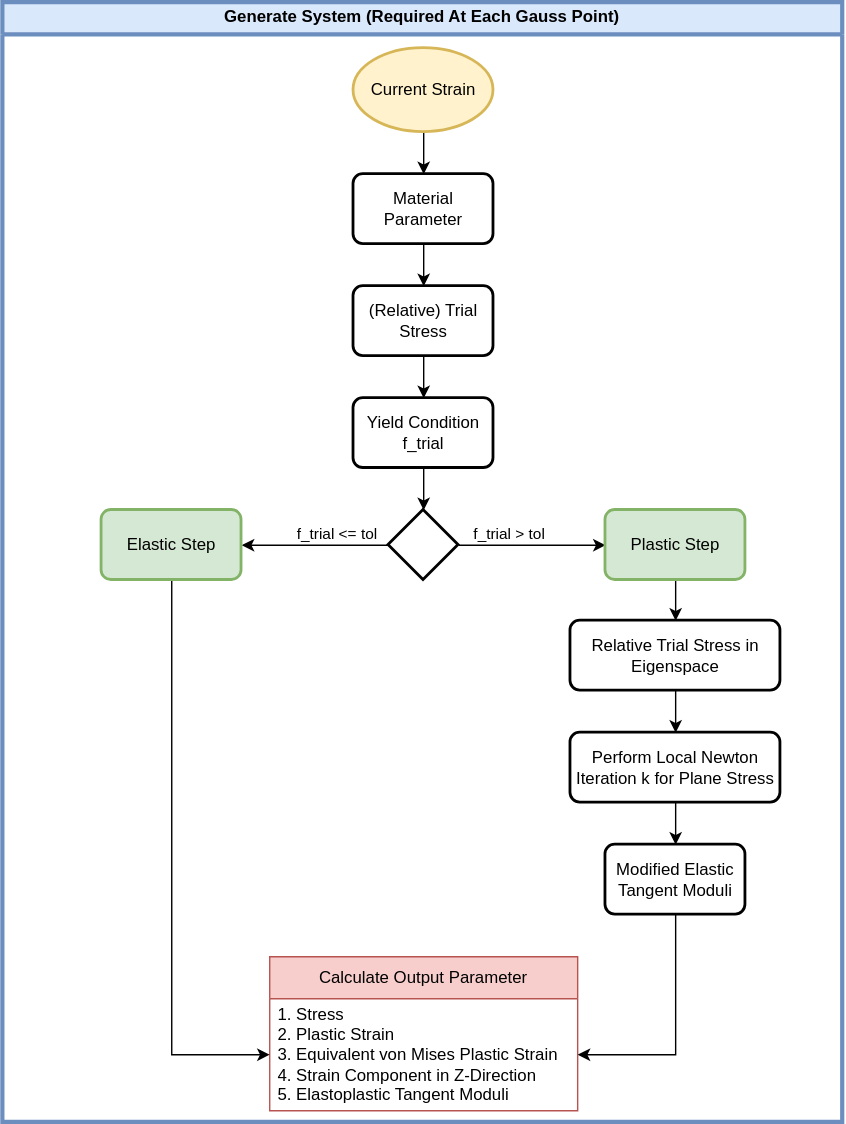
This is images/workflow_isotropicHardening.svg from ttz-emo/ElastoPlasticity-IsotropicHardening, a draw.io export, as it was before one commit. Source tidied: cells renumbered, new cells last; positions are measured from the earlier drawing's top-left corner, leaving out a move shared by most shapes. Source of this version:
```xml
<mxGraphModel>
  <root>
    <mxCell id="0" />
    <mxCell id="1" parent="0" />
    <mxCell id="2" value="Generate System (Required At Each Gauss Point)" style="swimlane;whiteSpace=wrap;html=1;fillColor=#dae8fc;strokeColor=#6c8ebf;strokeWidth=3;" parent="1" vertex="1">
      <mxGeometry width="600" height="800" as="geometry" />
    </mxCell>
    <mxCell id="3" style="edgeStyle=orthogonalEdgeStyle;rounded=0;jettySize=auto;html=1;exitX=0.5;exitY=1;exitDx=0;exitDy=0;exitPerimeter=0;entryX=0.5;entryY=0;entryDx=0;entryDy=0;" parent="2" edge="1" source="4" target="6">
      <mxGeometry relative="1" as="geometry" />
    </mxCell>
    <mxCell id="4" value="Current Strain" style="strokeWidth=2;html=1;shape=mxgraph.flowchart.start_1;whiteSpace=wrap;fillColor=#fff2cc;strokeColor=#d6b656;" parent="2" vertex="1">
      <mxGeometry x="251" y="33" width="100" height="60" as="geometry" />
    </mxCell>
    <mxCell id="5" style="edgeStyle=orthogonalEdgeStyle;rounded=0;jettySize=auto;html=1;exitX=0.5;exitY=1;exitDx=0;exitDy=0;entryX=0.5;entryY=0;entryDx=0;entryDy=0;" parent="2" edge="1" source="6" target="8">
      <mxGeometry relative="1" as="geometry" />
    </mxCell>
    <mxCell id="6" value="Material Parameter" style="rounded=1;whiteSpace=wrap;html=1;absoluteArcSize=1;arcSize=14;strokeWidth=2;" parent="2" vertex="1">
      <mxGeometry x="251" y="123" width="100" height="50" as="geometry" />
    </mxCell>
    <mxCell id="7" style="edgeStyle=orthogonalEdgeStyle;rounded=0;jettySize=auto;html=1;exitX=0.5;exitY=1;exitDx=0;exitDy=0;entryX=0.5;entryY=0;entryDx=0;entryDy=0;" parent="2" edge="1" source="8" target="9">
      <mxGeometry relative="1" as="geometry" />
    </mxCell>
    <mxCell id="8" value="(Relative) Trial Stress" style="rounded=1;whiteSpace=wrap;html=1;absoluteArcSize=1;arcSize=14;strokeWidth=2;" parent="2" vertex="1">
      <mxGeometry x="251" y="203" width="100" height="50" as="geometry" />
    </mxCell>
    <mxCell id="9" value="Yield Condition f_trial" style="rounded=1;whiteSpace=wrap;html=1;absoluteArcSize=1;arcSize=14;strokeWidth=2;" parent="2" vertex="1">
      <mxGeometry x="251" y="283" width="100" height="50" as="geometry" />
    </mxCell>
    <mxCell id="10" style="edgeStyle=orthogonalEdgeStyle;rounded=0;jettySize=auto;html=1;exitX=1;exitY=0.5;exitDx=0;exitDy=0;exitPerimeter=0;entryX=0;entryY=0.5;entryDx=0;entryDy=0;" parent="2" edge="1" source="14" target="20">
      <mxGeometry relative="1" as="geometry" />
    </mxCell>
    <mxCell id="11" value="f_trial &amp;gt; tol" style="edgeLabel;html=1;align=center;verticalAlign=middle;" parent="10" vertex="1">
      <mxGeometry x="-0.32" relative="1" as="geometry">
        <mxPoint y="-9" as="offset" />
      </mxGeometry>
    </mxCell>
    <mxCell id="12" style="edgeStyle=orthogonalEdgeStyle;rounded=0;jettySize=auto;html=1;exitX=0;exitY=0.5;exitDx=0;exitDy=0;exitPerimeter=0;entryX=1;entryY=0.5;entryDx=0;entryDy=0;" parent="2" edge="1" source="14" target="18">
      <mxGeometry relative="1" as="geometry" />
    </mxCell>
    <mxCell id="13" value="f_trial &amp;lt;= tol" style="edgeLabel;html=1;align=center;verticalAlign=middle;" parent="12" vertex="1">
      <mxGeometry x="-0.31" y="-3" relative="1" as="geometry">
        <mxPoint x="-2" y="-6" as="offset" />
      </mxGeometry>
    </mxCell>
    <mxCell id="14" style="strokeWidth=2;html=1;shape=mxgraph.flowchart.decision;whiteSpace=wrap;" parent="2" vertex="1">
      <mxGeometry x="276" y="363" width="50" height="50" as="geometry" />
    </mxCell>
    <mxCell id="15" value="Calculate Output Parameter" style="swimlane;fontStyle=0;horizontal=1;startSize=30;whiteSpace=wrap;html=1;fillColor=#f8cecc;strokeColor=#b85450;" parent="2" vertex="1">
      <mxGeometry x="191" y="682" width="220" height="110" as="geometry" />
    </mxCell>
    <mxCell id="16" value="&lt;div&gt;1. Stress&lt;/div&gt;&lt;div&gt;2. Plastic Strain&lt;/div&gt;&lt;div&gt;3. Equivalent von Mises Plastic Strain&amp;nbsp;&lt;/div&gt;&lt;div&gt;4. Strain Component in Z-Direction&amp;nbsp;&lt;/div&gt;&lt;div&gt;5. Elastoplastic Tangent Moduli&lt;/div&gt;" style="text;strokeColor=none;fillColor=none;align=left;verticalAlign=middle;spacingLeft=4;spacingRight=4;overflow=hidden;points=[[0,0.5],[1,0.5]];portConstraint=eastwest;whiteSpace=wrap;html=1;" parent="15" vertex="1">
      <mxGeometry y="30" width="220" height="80" as="geometry" />
    </mxCell>
    <mxCell id="17" style="edgeStyle=orthogonalEdgeStyle;rounded=0;jettySize=auto;html=1;exitX=0.5;exitY=1;exitDx=0;exitDy=0;entryX=0;entryY=0.5;entryDx=0;entryDy=0;" parent="2" edge="1" source="18" target="16">
      <mxGeometry relative="1" as="geometry" />
    </mxCell>
    <mxCell id="18" value="Elastic Step" style="rounded=1;whiteSpace=wrap;html=1;absoluteArcSize=1;arcSize=14;strokeWidth=2;fillColor=#d5e8d4;strokeColor=#82b366;" parent="2" vertex="1">
      <mxGeometry x="71" y="363" width="100" height="50" as="geometry" />
    </mxCell>
    <mxCell id="19" style="edgeStyle=orthogonalEdgeStyle;rounded=0;jettySize=auto;html=1;exitX=0.5;exitY=1;exitDx=0;exitDy=0;entryX=0.5;entryY=0;entryDx=0;entryDy=0;" parent="2" edge="1" source="20">
      <mxGeometry relative="1" as="geometry">
        <mxPoint x="481" y="442" as="targetPoint" />
      </mxGeometry>
    </mxCell>
    <mxCell id="20" value="Plastic Step" style="rounded=1;whiteSpace=wrap;html=1;absoluteArcSize=1;arcSize=14;strokeWidth=2;fillColor=#d5e8d4;strokeColor=#82b366;" parent="2" vertex="1">
      <mxGeometry x="431" y="363" width="100" height="50" as="geometry" />
    </mxCell>
    <mxCell id="21" style="edgeStyle=orthogonalEdgeStyle;rounded=0;jettySize=auto;html=1;exitX=0.5;exitY=1;exitDx=0;exitDy=0;entryX=0.5;entryY=0;entryDx=0;entryDy=0;" parent="2" edge="1" target="26">
      <mxGeometry relative="1" as="geometry">
        <mxPoint x="481" y="572" as="sourcePoint" />
      </mxGeometry>
    </mxCell>
    <mxCell id="22" value="Perform Local Newton Iteration k for Plane Stress" style="rounded=1;whiteSpace=wrap;html=1;absoluteArcSize=1;arcSize=14;strokeWidth=2;" parent="2" vertex="1">
      <mxGeometry x="406" y="522" width="150" height="50" as="geometry" />
    </mxCell>
    <mxCell id="23" style="edgeStyle=orthogonalEdgeStyle;rounded=0;orthogonalLoop=1;jettySize=auto;html=1;exitX=0.5;exitY=1;exitDx=0;exitDy=0;entryX=0.5;entryY=0;entryDx=0;entryDy=0;" parent="2" edge="1">
      <mxGeometry relative="1" as="geometry">
        <mxPoint x="481" y="492" as="sourcePoint" />
        <mxPoint x="481" y="522" as="targetPoint" />
      </mxGeometry>
    </mxCell>
    <mxCell id="24" value="Relative Trial Stress in Eigenspace" style="rounded=1;whiteSpace=wrap;html=1;absoluteArcSize=1;arcSize=14;strokeWidth=2;" parent="2" vertex="1">
      <mxGeometry x="406" y="442" width="150" height="50" as="geometry" />
    </mxCell>
    <mxCell id="25" style="edgeStyle=orthogonalEdgeStyle;rounded=0;jettySize=auto;html=1;exitX=0.5;exitY=1;exitDx=0;exitDy=0;entryX=1;entryY=0.5;entryDx=0;entryDy=0;" parent="2" edge="1" source="26" target="16">
      <mxGeometry relative="1" as="geometry" />
    </mxCell>
    <mxCell id="26" value="Modified Elastic Tangent Moduli" style="rounded=1;whiteSpace=wrap;html=1;absoluteArcSize=1;arcSize=14;strokeWidth=2;" parent="2" vertex="1">
      <mxGeometry x="431" y="602" width="100" height="50" as="geometry" />
    </mxCell>
    <mxCell id="27" style="edgeStyle=orthogonalEdgeStyle;rounded=0;jettySize=auto;html=1;exitX=0.5;exitY=1;exitDx=0;exitDy=0;entryX=0.5;entryY=0;entryDx=0;entryDy=0;entryPerimeter=0;" parent="2" edge="1" source="9" target="14">
      <mxGeometry relative="1" as="geometry" />
    </mxCell>
  </root>
</mxGraphModel>
```
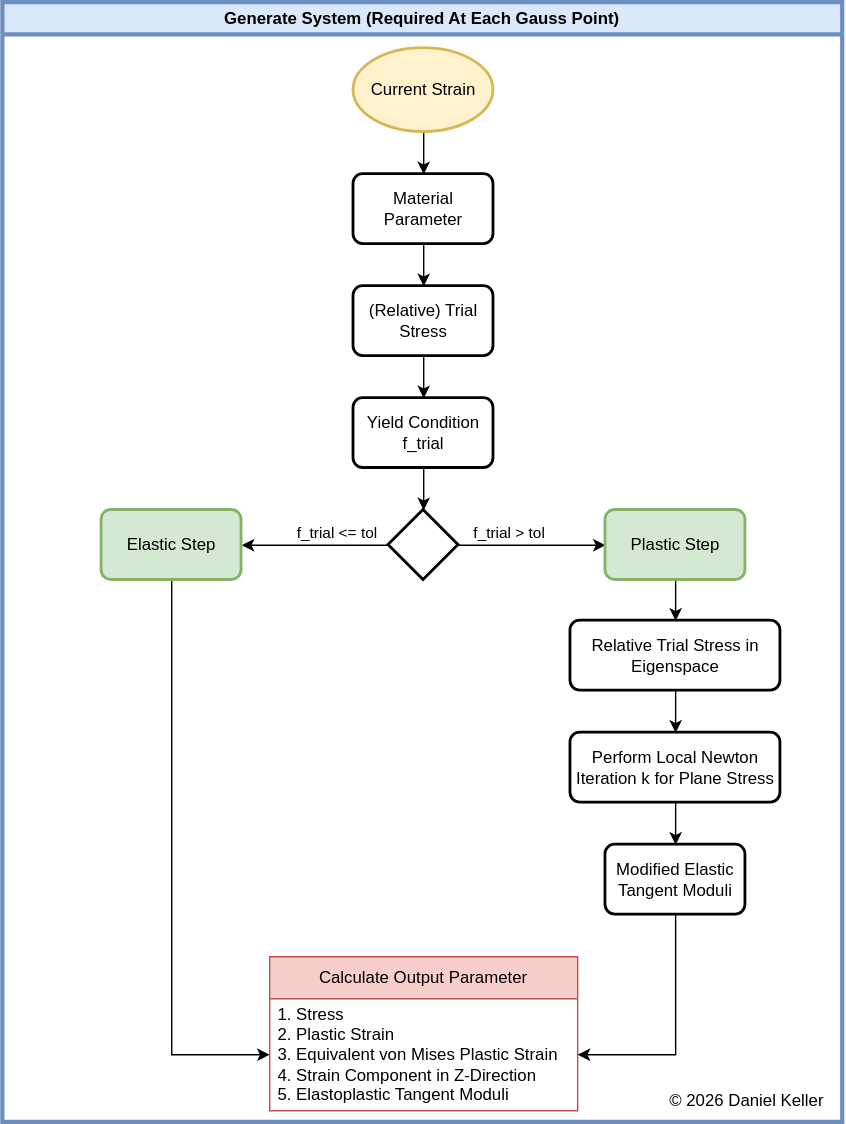
Later version of the same file.

Change to the diagram source:
```diff
@@ -91,5 +91,8 @@
     <mxCell id="27" style="edgeStyle=orthogonalEdgeStyle;rounded=0;jettySize=auto;html=1;exitX=0.5;exitY=1;exitDx=0;exitDy=0;entryX=0.5;entryY=0;entryDx=0;entryDy=0;entryPerimeter=0;" parent="2" edge="1" source="9" target="14">
       <mxGeometry relative="1" as="geometry" />
     </mxCell>
+    <mxCell id="28" value="© 2026 Daniel Keller" style="text;whiteSpace=wrap;align=center;verticalAlign=middle;" parent="2" vertex="1">
+      <mxGeometry x="465" y="770" width="134" height="30" as="geometry" />
+    </mxCell>
   </root>
 </mxGraphModel>
```
